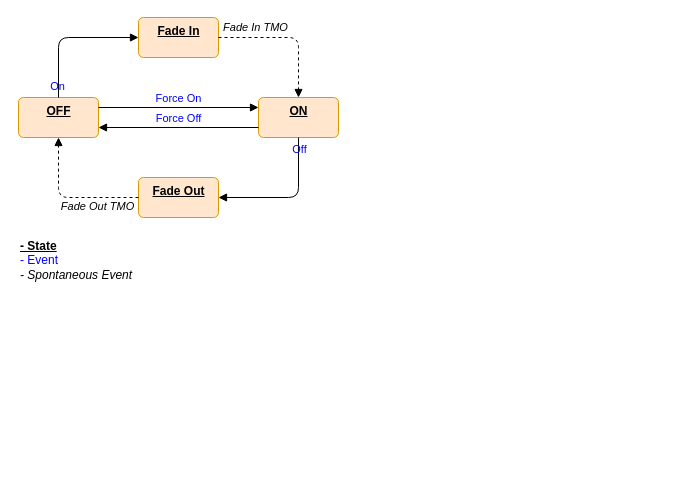
Earlier version of the draw.io diagram page "LED_State" (4 of 6) of Resources/Part2/Part2_XLM_Diagram.drawio (gtuja/CSC_MS). Source tidied: cells renumbered, new cells numbered last; positions are measured from the earlier drawing's top-left corner, leaving out a move shared by most shapes. Both pictures are drawn from the tidied source at 100%, with x=0, y=0 at pixel (18, 17).
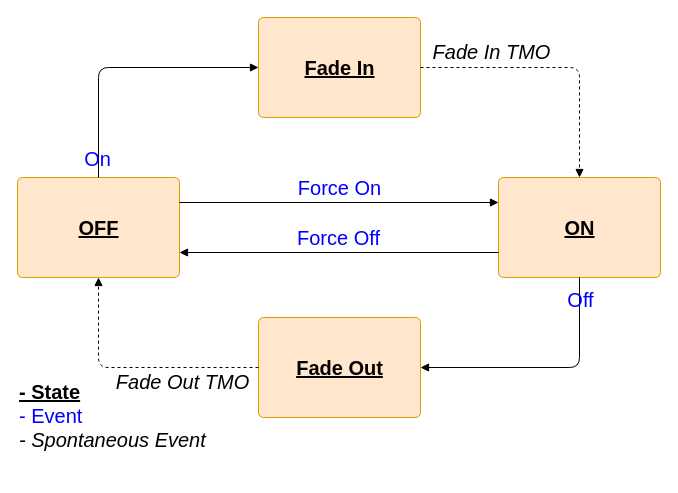
The same page after the edit.

What changed in the source:
```diff
@@
 <mxGraphModel>
   <root>
     <mxCell id="0" />
     <mxCell id="1" parent="0" />
-    <mxCell id="2" value="OFF" style="html=1;align=center;verticalAlign=top;rounded=1;absoluteArcSize=1;arcSize=10;dashed=0;fontStyle=5;fillColor=#ffe6cc;strokeColor=#d79b00;" parent="1" vertex="1">
-      <mxGeometry y="80" width="80" height="40" as="geometry" />
+    <mxCell id="2" value="OFF" style="html=1;align=center;verticalAlign=middle;rounded=1;absoluteArcSize=1;arcSize=10;dashed=0;fontStyle=5;fillColor=#ffe6cc;strokeColor=#d79b00;fontFamily=Calibri;fontSize=20;" parent="1" vertex="1">
+      <mxGeometry x="-1" y="160" width="162" height="100" as="geometry" />
     </mxCell>
-    <mxCell id="3" value="ON" style="html=1;align=center;verticalAlign=top;rounded=1;absoluteArcSize=1;arcSize=10;dashed=0;fontStyle=5;fillColor=#ffe6cc;strokeColor=#d79b00;" parent="1" vertex="1">
-      <mxGeometry x="240" y="80" width="80" height="40" as="geometry" />
+    <mxCell id="3" value="ON" style="html=1;align=center;verticalAlign=middle;rounded=1;absoluteArcSize=1;arcSize=10;dashed=0;fontStyle=5;fillColor=#ffe6cc;strokeColor=#d79b00;fontFamily=Calibri;fontSize=20;" parent="1" vertex="1">
+      <mxGeometry x="480" y="160" width="162" height="100" as="geometry" />
     </mxCell>
-    <mxCell id="4" value="Fade In" style="html=1;align=center;verticalAlign=top;rounded=1;absoluteArcSize=1;arcSize=10;dashed=0;fontStyle=5;fillColor=#ffe6cc;strokeColor=#d79b00;" parent="1" vertex="1">
-      <mxGeometry x="120" width="80" height="40" as="geometry" />
+    <mxCell id="4" value="Fade In" style="html=1;align=center;verticalAlign=middle;rounded=1;absoluteArcSize=1;arcSize=10;dashed=0;fontStyle=5;fillColor=#ffe6cc;strokeColor=#d79b00;fontFamily=Calibri;fontSize=20;" parent="1" vertex="1">
+      <mxGeometry x="240" width="162" height="100" as="geometry" />
     </mxCell>
-    <mxCell id="5" value="Fade Out" style="html=1;align=center;verticalAlign=top;rounded=1;absoluteArcSize=1;arcSize=10;dashed=0;fontStyle=5;fillColor=#ffe6cc;strokeColor=#d79b00;" parent="1" vertex="1">
-      <mxGeometry x="120" y="160" width="80" height="40" as="geometry" />
+    <mxCell id="5" value="Fade Out" style="html=1;align=center;verticalAlign=middle;rounded=1;absoluteArcSize=1;arcSize=10;dashed=0;fontStyle=5;fillColor=#ffe6cc;strokeColor=#d79b00;fontFamily=Calibri;fontSize=20;" parent="1" vertex="1">
+      <mxGeometry x="240" y="300" width="162" height="100" as="geometry" />
     </mxCell>
-    <mxCell id="6" value="On" style="html=1;verticalAlign=bottom;labelBackgroundColor=none;endArrow=block;endFill=1;exitX=0.5;exitY=0;exitDx=0;exitDy=0;entryX=0;entryY=0.5;entryDx=0;entryDy=0;edgeStyle=orthogonalEdgeStyle;fontColor=#0000FF;" parent="1" edge="1" source="2" target="4">
+    <mxCell id="6" value="On" style="html=1;verticalAlign=bottom;labelBackgroundColor=none;endArrow=block;endFill=1;exitX=0.5;exitY=0;exitDx=0;exitDy=0;entryX=0;entryY=0.5;entryDx=0;entryDy=0;edgeStyle=orthogonalEdgeStyle;fontColor=#0000FF;fontFamily=Calibri;fontSize=20;" parent="1" edge="1" source="2" target="4">
       <mxGeometry x="-0.97" y="1" relative="1" as="geometry" />
     </mxCell>
-    <mxCell id="7" value="Off" style="html=1;verticalAlign=bottom;labelBackgroundColor=none;endArrow=block;endFill=1;exitX=0.5;exitY=1;exitDx=0;exitDy=0;entryX=1;entryY=0.5;entryDx=0;entryDy=0;edgeStyle=orthogonalEdgeStyle;fontColor=#0000FF;" parent="1" edge="1" source="3" target="5">
+    <mxCell id="7" value="Off" style="html=1;verticalAlign=bottom;labelBackgroundColor=none;endArrow=block;endFill=1;exitX=0.5;exitY=1;exitDx=0;exitDy=0;entryX=1;entryY=0.5;entryDx=0;entryDy=0;edgeStyle=orthogonalEdgeStyle;fontColor=#0000FF;fontFamily=Calibri;fontSize=20;" parent="1" edge="1" source="3" target="5">
       <mxGeometry x="-0.7" y="1" relative="1" as="geometry" />
     </mxCell>
-    <mxCell id="8" value="Fade In TMO" style="html=1;verticalAlign=bottom;labelBackgroundColor=none;endArrow=block;endFill=1;dashed=1;exitX=1;exitY=0.5;exitDx=0;exitDy=0;entryX=0.5;entryY=0;entryDx=0;entryDy=0;edgeStyle=orthogonalEdgeStyle;fontStyle=2;" parent="1" edge="1" source="4" target="3">
+    <mxCell id="8" value="Fade In TMO" style="html=1;verticalAlign=bottom;labelBackgroundColor=none;endArrow=block;endFill=1;dashed=1;exitX=1;exitY=0.5;exitDx=0;exitDy=0;entryX=0.5;entryY=0;entryDx=0;entryDy=0;edgeStyle=orthogonalEdgeStyle;fontStyle=2;fontFamily=Calibri;fontSize=20;" parent="1" edge="1" source="4" target="3">
       <mxGeometry x="-0.47" y="1" relative="1" as="geometry" />
     </mxCell>
-    <mxCell id="9" value="Fade Out TMO" style="html=1;verticalAlign=bottom;labelBackgroundColor=none;endArrow=block;endFill=1;dashed=1;exitX=0;exitY=0.5;exitDx=0;exitDy=0;entryX=0.5;entryY=1;entryDx=0;entryDy=0;edgeStyle=orthogonalEdgeStyle;fontStyle=2;" parent="1" edge="1" source="5" target="2">
-      <mxGeometry x="-0.41" y="18" relative="1" as="geometry" />
+    <mxCell id="9" value="Fade Out TMO" style="html=1;verticalAlign=bottom;labelBackgroundColor=none;endArrow=block;endFill=1;dashed=1;exitX=0;exitY=0.5;exitDx=0;exitDy=0;entryX=0.5;entryY=1;entryDx=0;entryDy=0;edgeStyle=orthogonalEdgeStyle;fontStyle=2;fontFamily=Calibri;fontSize=20;" parent="1" edge="1" source="5" target="2">
+      <mxGeometry x="-0.39" y="29" relative="1" as="geometry" />
     </mxCell>
-    <mxCell id="10" value="Force On" style="html=1;verticalAlign=bottom;labelBackgroundColor=none;endArrow=block;endFill=1;exitX=1;exitY=0.25;exitDx=0;exitDy=0;entryX=0;entryY=0.25;entryDx=0;entryDy=0;fontColor=#0000FF;" parent="1" edge="1" source="2" target="3">
+    <mxCell id="10" value="Force On" style="html=1;verticalAlign=bottom;labelBackgroundColor=none;endArrow=block;endFill=1;exitX=1;exitY=0.25;exitDx=0;exitDy=0;entryX=0;entryY=0.25;entryDx=0;entryDy=0;fontColor=#0000FF;fontFamily=Calibri;fontSize=20;" parent="1" edge="1" source="2" target="3">
       <mxGeometry relative="1" as="geometry" />
     </mxCell>
-    <mxCell id="11" value="Force Off" style="html=1;verticalAlign=bottom;labelBackgroundColor=none;endArrow=block;endFill=1;exitX=0;exitY=0.75;exitDx=0;exitDy=0;entryX=1;entryY=0.75;entryDx=0;entryDy=0;fontColor=#0000FF;" parent="1" edge="1" source="3" target="2">
+    <mxCell id="11" value="Force Off" style="html=1;verticalAlign=bottom;labelBackgroundColor=none;endArrow=block;endFill=1;exitX=0;exitY=0.75;exitDx=0;exitDy=0;entryX=1;entryY=0.75;entryDx=0;entryDy=0;fontColor=#0000FF;fontFamily=Calibri;fontSize=20;" parent="1" edge="1" source="3" target="2">
       <mxGeometry relative="1" as="geometry" />
     </mxCell>
-    <mxCell id="12" value="&lt;div&gt;&lt;b style=&quot;&quot;&gt;&lt;u style=&quot;&quot;&gt;- State&lt;/u&gt;&lt;/b&gt;&lt;/div&gt;&lt;font color=&quot;#0000ff&quot;&gt;- Event&lt;/font&gt;&lt;div&gt;&lt;i&gt;- Spontaneous Event&lt;/i&gt;&lt;br&gt;&lt;div&gt;&lt;br&gt;&lt;/div&gt;&lt;/div&gt;" style="text;html=1;align=left;verticalAlign=middle;whiteSpace=wrap;rounded=0;" parent="1" vertex="1">
-      <mxGeometry y="220" width="160" height="60" as="geometry" />
+    <mxCell id="12" value="&lt;div style=&quot;font-size: 20px;&quot;&gt;&lt;b style=&quot;font-size: 20px;&quot;&gt;&lt;u style=&quot;font-size: 20px;&quot;&gt;- State&lt;/u&gt;&lt;/b&gt;&lt;/div&gt;&lt;font color=&quot;#0000ff&quot; style=&quot;font-size: 20px;&quot;&gt;- Event&lt;/font&gt;&lt;div style=&quot;font-size: 20px;&quot;&gt;&lt;i style=&quot;font-size: 20px;&quot;&gt;- Spontaneous Event&lt;/i&gt;&lt;br style=&quot;font-size: 20px;&quot;&gt;&lt;div style=&quot;font-size: 20px;&quot;&gt;&lt;br style=&quot;font-size: 20px;&quot;&gt;&lt;/div&gt;&lt;/div&gt;" style="text;html=1;align=left;verticalAlign=middle;whiteSpace=wrap;rounded=0;fontFamily=Calibri;fontSize=20;" parent="1" vertex="1">
+      <mxGeometry x="-1" y="380" width="221" height="60" as="geometry" />
     </mxCell>
   </root>
 </mxGraphModel>
```
